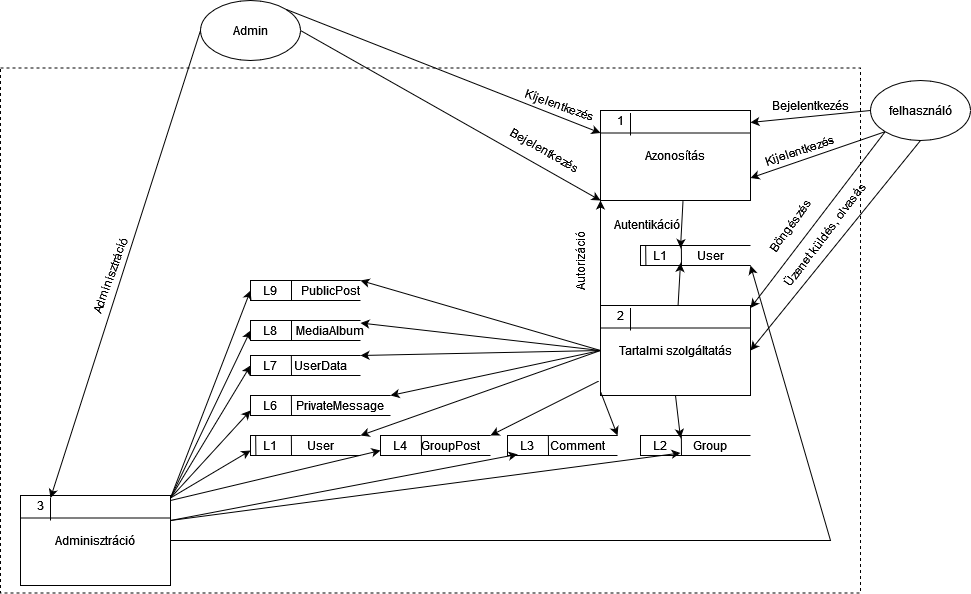
This is documentation/diagrams/adatfolyam diagram L.drawio.png from AasinR/post-request, a draw.io export, as it was before one commit. Source tidied: cells renumbered, new cells last; positions are measured from the earlier drawing's top-left corner, leaving out a move shared by most shapes.
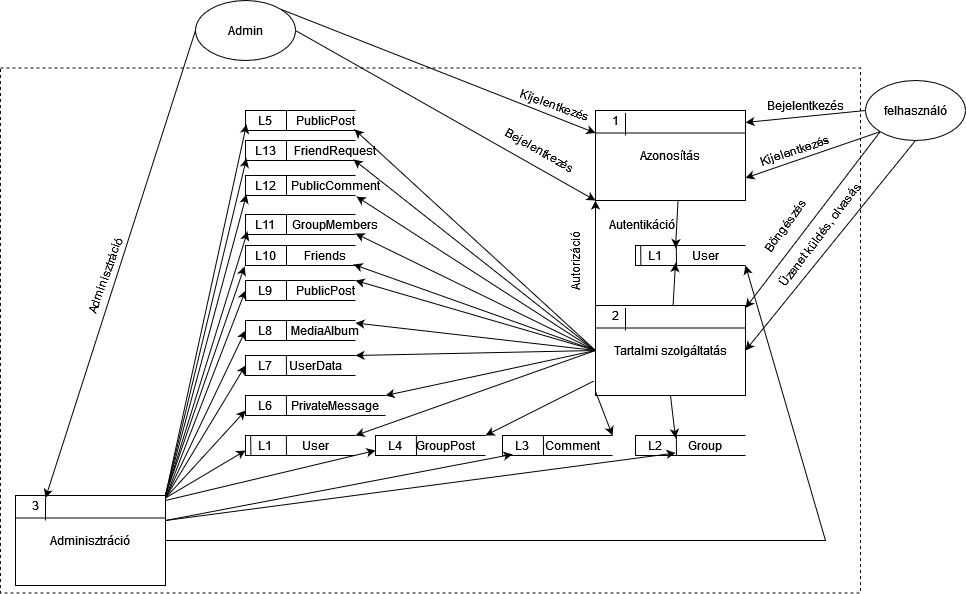
Above is the later version.

Change to the diagram source:
```diff
@@ -3,7 +3,7 @@
     <mxCell id="0" />
     <mxCell id="1" parent="0" />
     <mxCell id="2" style="rounded=0;whiteSpace=wrap;html=1;fontSize=12;strokeWidth=1;fillColor=none;dashed=1;" parent="1" vertex="1">
-      <mxGeometry y="67.5" width="860" height="525" as="geometry" />
+      <mxGeometry x="5" y="67.5" width="860" height="525" as="geometry" />
     </mxCell>
     <mxCell id="3" value="&lt;div&gt;felhasználó&lt;/div&gt;" style="ellipse;whiteSpace=wrap;html=1;" parent="1" vertex="1">
       <mxGeometry x="870" y="80" width="100" height="60" as="geometry" />
@@ -334,5 +334,130 @@
     <mxCell id="90" style="endArrow=none;html=1;rounded=0;entryX=0.047;entryY=0.01;entryDx=0;entryDy=0;entryPerimeter=0;exitX=0.049;exitY=0.992;exitDx=0;exitDy=0;exitPerimeter=0;" parent="1" edge="1" source="86" target="86">
       <mxGeometry relative="1" as="geometry" />
     </mxCell>
+    <mxCell id="91" style="strokeWidth=1;html=1;shape=mxgraph.flowchart.annotation_1;align=left;fillColor=#FFFFFF;" parent="1" vertex="1">
+      <mxGeometry x="250" y="245" width="110" height="20" as="geometry" />
+    </mxCell>
+    <mxCell id="92" style="endArrow=none;html=1;rounded=0;" parent="1" edge="1">
+      <mxGeometry relative="1" as="geometry">
+        <mxPoint x="291" y="265" as="sourcePoint" />
+        <mxPoint x="291" y="245" as="targetPoint" />
+      </mxGeometry>
+    </mxCell>
+    <mxCell id="93" value="L10" style="text;html=1;strokeColor=none;fillColor=none;align=center;verticalAlign=middle;whiteSpace=wrap;rounded=0;" parent="1" vertex="1">
+      <mxGeometry x="240" y="240" width="60" height="30" as="geometry" />
+    </mxCell>
+    <mxCell id="94" value="Friends" style="text;html=1;strokeColor=none;fillColor=none;align=center;verticalAlign=middle;whiteSpace=wrap;rounded=0;" parent="1" vertex="1">
+      <mxGeometry x="300" y="240" width="60" height="30" as="geometry" />
+    </mxCell>
+    <mxCell id="95" style="endArrow=classic;html=1;rounded=0;exitX=0;exitY=0.5;exitDx=0;exitDy=0;" parent="1" edge="1" source="13">
+      <mxGeometry relative="1" as="geometry">
+        <mxPoint x="358" y="264" as="targetPoint" />
+      </mxGeometry>
+    </mxCell>
+    <mxCell id="96" style="endArrow=classic;html=1;rounded=0;exitX=1;exitY=0;exitDx=0;exitDy=0;" parent="1" edge="1" source="69">
+      <mxGeometry relative="1" as="geometry">
+        <mxPoint x="249" y="266" as="targetPoint" />
+      </mxGeometry>
+    </mxCell>
+    <mxCell id="97" style="strokeWidth=1;html=1;shape=mxgraph.flowchart.annotation_1;align=left;fillColor=#FFFFFF;" parent="1" vertex="1">
+      <mxGeometry x="250" y="214" width="110" height="20" as="geometry" />
+    </mxCell>
+    <mxCell id="98" style="endArrow=none;html=1;rounded=0;" parent="1" edge="1">
+      <mxGeometry relative="1" as="geometry">
+        <mxPoint x="291" y="234" as="sourcePoint" />
+        <mxPoint x="291" y="214" as="targetPoint" />
+      </mxGeometry>
+    </mxCell>
+    <mxCell id="99" value="L11" style="text;html=1;strokeColor=none;fillColor=none;align=center;verticalAlign=middle;whiteSpace=wrap;rounded=0;" parent="1" vertex="1">
+      <mxGeometry x="240" y="209" width="60" height="30" as="geometry" />
+    </mxCell>
+    <mxCell id="100" value="GroupMembers" style="text;html=1;strokeColor=none;fillColor=none;align=center;verticalAlign=middle;whiteSpace=wrap;rounded=0;" parent="1" vertex="1">
+      <mxGeometry x="310" y="209" width="60" height="30" as="geometry" />
+    </mxCell>
+    <mxCell id="101" style="strokeWidth=1;html=1;shape=mxgraph.flowchart.annotation_1;align=left;fillColor=#FFFFFF;" parent="1" vertex="1">
+      <mxGeometry x="250" y="175" width="110" height="20" as="geometry" />
+    </mxCell>
+    <mxCell id="102" style="endArrow=none;html=1;rounded=0;" parent="1" edge="1">
+      <mxGeometry relative="1" as="geometry">
+        <mxPoint x="291" y="195" as="sourcePoint" />
+        <mxPoint x="291" y="175" as="targetPoint" />
+      </mxGeometry>
+    </mxCell>
+    <mxCell id="103" value="L12" style="text;html=1;strokeColor=none;fillColor=none;align=center;verticalAlign=middle;whiteSpace=wrap;rounded=0;" parent="1" vertex="1">
+      <mxGeometry x="240" y="170" width="60" height="30" as="geometry" />
+    </mxCell>
+    <mxCell id="104" value="PublicComment" style="text;html=1;strokeColor=none;fillColor=none;align=center;verticalAlign=middle;whiteSpace=wrap;rounded=0;" parent="1" vertex="1">
+      <mxGeometry x="310" y="170" width="60" height="30" as="geometry" />
+    </mxCell>
+    <mxCell id="105" style="strokeWidth=1;html=1;shape=mxgraph.flowchart.annotation_1;align=left;fillColor=#FFFFFF;" parent="1" vertex="1">
+      <mxGeometry x="250" y="140" width="110" height="20" as="geometry" />
+    </mxCell>
+    <mxCell id="106" style="endArrow=none;html=1;rounded=0;" parent="1" edge="1">
+      <mxGeometry relative="1" as="geometry">
+        <mxPoint x="291" y="160" as="sourcePoint" />
+        <mxPoint x="291" y="140" as="targetPoint" />
+      </mxGeometry>
+    </mxCell>
+    <mxCell id="107" value="L13" style="text;html=1;strokeColor=none;fillColor=none;align=center;verticalAlign=middle;whiteSpace=wrap;rounded=0;" parent="1" vertex="1">
+      <mxGeometry x="240" y="135" width="60" height="30" as="geometry" />
+    </mxCell>
+    <mxCell id="108" value="FriendRequest" style="text;html=1;strokeColor=none;fillColor=none;align=center;verticalAlign=middle;whiteSpace=wrap;rounded=0;" parent="1" vertex="1">
+      <mxGeometry x="310" y="135" width="60" height="30" as="geometry" />
+    </mxCell>
+    <mxCell id="109" style="strokeWidth=1;html=1;shape=mxgraph.flowchart.annotation_1;align=left;fillColor=#FFFFFF;" parent="1" vertex="1">
+      <mxGeometry x="250" y="110" width="110" height="20" as="geometry" />
+    </mxCell>
+    <mxCell id="110" style="endArrow=none;html=1;rounded=0;" parent="1" edge="1">
+      <mxGeometry relative="1" as="geometry">
+        <mxPoint x="291" y="130" as="sourcePoint" />
+        <mxPoint x="291" y="110" as="targetPoint" />
+      </mxGeometry>
+    </mxCell>
+    <mxCell id="111" value="L5" style="text;html=1;strokeColor=none;fillColor=none;align=center;verticalAlign=middle;whiteSpace=wrap;rounded=0;" parent="1" vertex="1">
+      <mxGeometry x="240" y="105" width="60" height="30" as="geometry" />
+    </mxCell>
+    <mxCell id="112" value="PublicPost" style="text;html=1;strokeColor=none;fillColor=none;align=center;verticalAlign=middle;whiteSpace=wrap;rounded=0;" parent="1" vertex="1">
+      <mxGeometry x="300" y="105" width="60" height="30" as="geometry" />
+    </mxCell>
+    <mxCell id="113" style="endArrow=classic;html=1;rounded=0;exitX=1;exitY=0;exitDx=0;exitDy=0;" parent="1" edge="1" source="69">
+      <mxGeometry relative="1" as="geometry">
+        <mxPoint x="252" y="231" as="targetPoint" />
+      </mxGeometry>
+    </mxCell>
+    <mxCell id="114" style="endArrow=classic;html=1;rounded=0;exitX=1;exitY=0;exitDx=0;exitDy=0;" parent="1" edge="1" source="69">
+      <mxGeometry relative="1" as="geometry">
+        <mxPoint x="251" y="194" as="targetPoint" />
+      </mxGeometry>
+    </mxCell>
+    <mxCell id="115" style="endArrow=classic;html=1;rounded=0;exitX=1;exitY=0;exitDx=0;exitDy=0;" parent="1" edge="1" source="69">
+      <mxGeometry relative="1" as="geometry">
+        <mxPoint x="251" y="158" as="targetPoint" />
+      </mxGeometry>
+    </mxCell>
+    <mxCell id="116" style="endArrow=classic;html=1;rounded=0;exitX=1;exitY=0;exitDx=0;exitDy=0;" parent="1" edge="1" source="69">
+      <mxGeometry relative="1" as="geometry">
+        <mxPoint x="251" y="124" as="targetPoint" />
+      </mxGeometry>
+    </mxCell>
+    <mxCell id="117" style="endArrow=classic;html=1;rounded=0;exitX=0;exitY=0.5;exitDx=0;exitDy=0;" parent="1" edge="1" source="13">
+      <mxGeometry relative="1" as="geometry">
+        <mxPoint x="360" y="233" as="targetPoint" />
+      </mxGeometry>
+    </mxCell>
+    <mxCell id="118" style="endArrow=classic;html=1;rounded=0;exitX=0;exitY=0.5;exitDx=0;exitDy=0;" parent="1" edge="1" source="13">
+      <mxGeometry relative="1" as="geometry">
+        <mxPoint x="361" y="196" as="targetPoint" />
+      </mxGeometry>
+    </mxCell>
+    <mxCell id="119" style="endArrow=classic;html=1;rounded=0;exitX=0;exitY=0.5;exitDx=0;exitDy=0;" parent="1" edge="1" source="13">
+      <mxGeometry relative="1" as="geometry">
+        <mxPoint x="358" y="159" as="targetPoint" />
+      </mxGeometry>
+    </mxCell>
+    <mxCell id="120" style="endArrow=classic;html=1;rounded=0;exitX=0;exitY=0.5;exitDx=0;exitDy=0;" parent="1" edge="1" source="13">
+      <mxGeometry relative="1" as="geometry">
+        <mxPoint x="359" y="129" as="targetPoint" />
+      </mxGeometry>
+    </mxCell>
   </root>
 </mxGraphModel>
```
